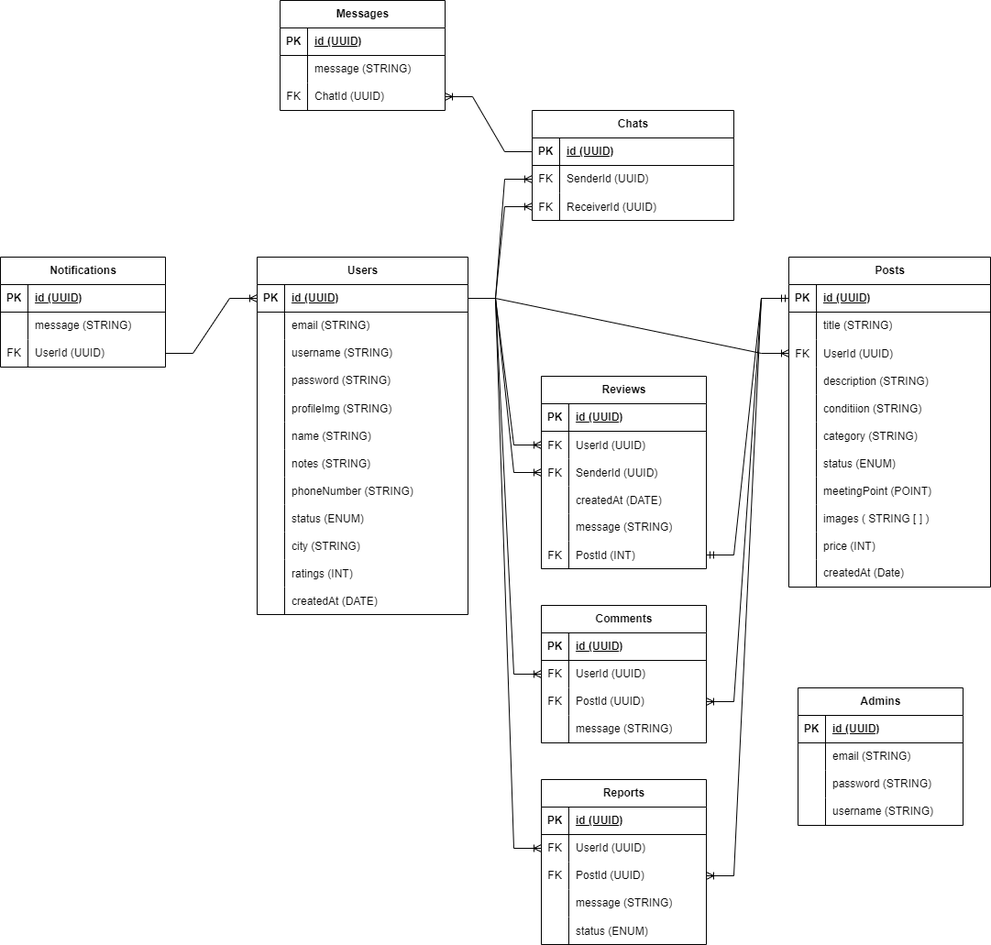
This is schema_erd.png from TukarMainan/server, a draw.io export, as it was before one commit. Source tidied: cells renumbered, new cells last; positions are measured from the earlier drawing's top-left corner, leaving out a move shared by most shapes.
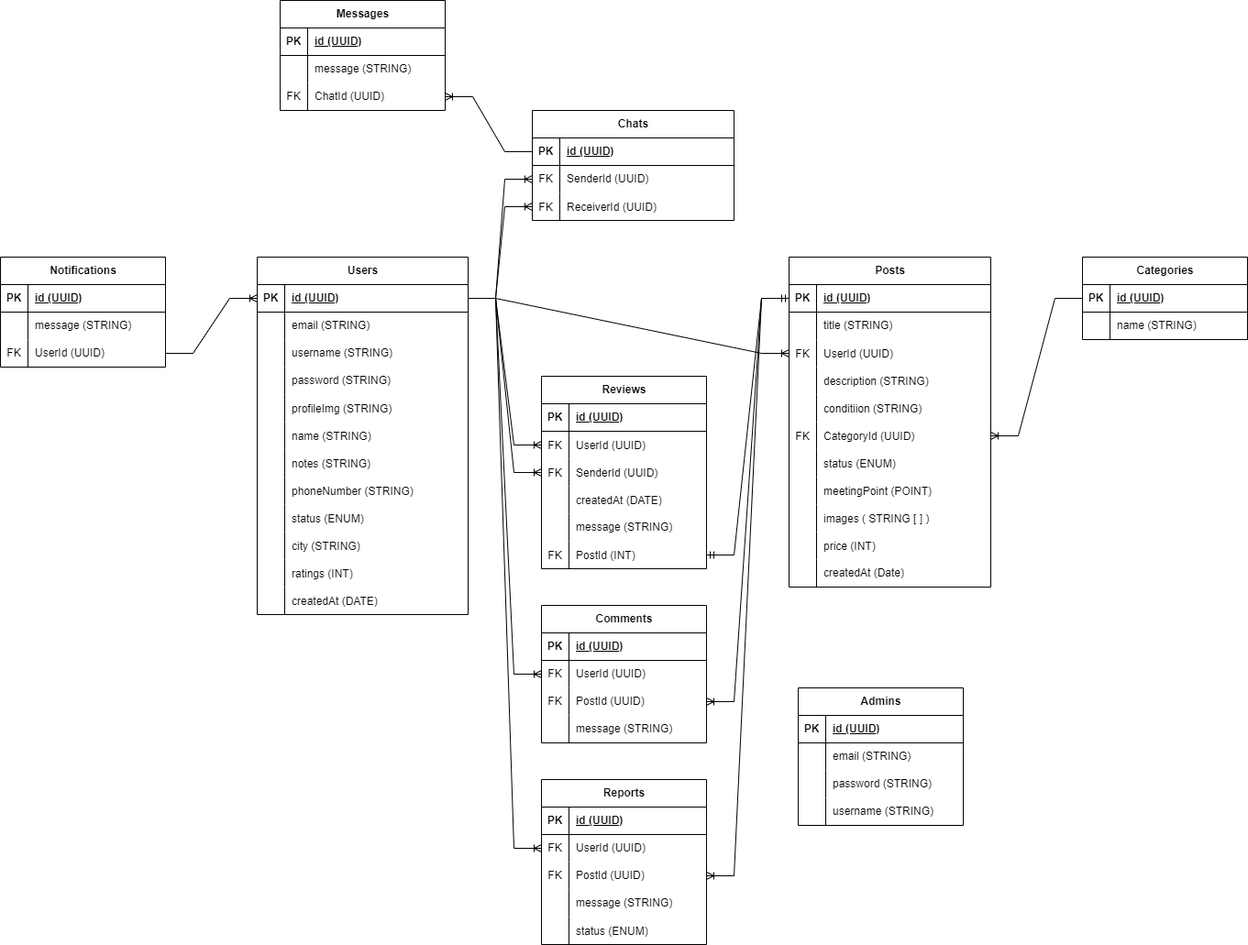
After the change.

Commit message:
refactor: update schema_erd

add table categories
add fk category id on table posts

The edit, as a diff of the source:
```diff
@@ -164,10 +164,10 @@
     <mxCell id="55" style="shape=tableRow;horizontal=0;startSize=0;swimlaneHead=0;swimlaneBody=0;fillColor=none;points=[[0,0.5],[1,0.5]];portConstraint=eastwest;top=0;left=0;right=0;bottom=0;" parent="39" vertex="1">
       <mxGeometry y="180" width="220" height="30" as="geometry" />
     </mxCell>
-    <mxCell id="56" style="shape=partialRectangle;fillColor=none;top=0;left=0;bottom=0;right=0;overflow=hidden;" parent="55" vertex="1">
+    <mxCell id="56" value="FK" style="shape=partialRectangle;fillColor=none;top=0;left=0;bottom=0;right=0;overflow=hidden;" parent="55" vertex="1">
       <mxGeometry width="30" height="30" as="geometry" />
     </mxCell>
-    <mxCell id="57" value="category (STRING)" style="shape=partialRectangle;fillColor=none;top=0;left=0;bottom=0;right=0;align=left;spacingLeft=6;overflow=hidden;" parent="55" vertex="1">
+    <mxCell id="57" value="CategoryId (UUID)" style="shape=partialRectangle;fillColor=none;top=0;left=0;bottom=0;right=0;align=left;spacingLeft=6;overflow=hidden;" parent="55" vertex="1">
       <mxGeometry x="30" width="190" height="30" as="geometry" />
     </mxCell>
     <mxCell id="58" style="shape=tableRow;horizontal=0;startSize=0;swimlaneHead=0;swimlaneBody=0;fillColor=none;top=0;left=0;right=0;bottom=0;" parent="39" vertex="1">
@@ -524,5 +524,29 @@
     <mxCell id="175" style="edgeStyle=entityRelationEdgeStyle;fontSize=12;html=1;endArrow=ERoneToMany;rounded=0;exitX=0;exitY=0.5;exitDx=0;exitDy=0;entryX=1;entryY=0.5;entryDx=0;entryDy=0;" parent="1" edge="1" source="121" target="172">
       <mxGeometry relative="1" as="geometry" />
     </mxCell>
+    <mxCell id="176" value="Categories" style="shape=table;startSize=30;rowLines=0;fontStyle=1;align=center;html=1;" parent="1" vertex="1">
+      <mxGeometry x="1180" y="280" width="180" height="90" as="geometry" />
+    </mxCell>
+    <mxCell id="177" style="shape=tableRow;horizontal=0;startSize=0;swimlaneHead=0;swimlaneBody=0;fillColor=none;points=[[0,0.5],[1,0.5]];portConstraint=eastwest;top=0;left=0;right=0;bottom=1;" parent="176" vertex="1">
+      <mxGeometry y="30" width="180" height="30" as="geometry" />
+    </mxCell>
+    <mxCell id="178" value="PK" style="shape=partialRectangle;fillColor=none;top=0;left=0;bottom=0;right=0;fontStyle=1;overflow=hidden;whiteSpace=wrap;html=1;" parent="177" vertex="1">
+      <mxGeometry width="30" height="30" as="geometry" />
+    </mxCell>
+    <mxCell id="179" value="id (UUID)" style="shape=partialRectangle;fillColor=none;top=0;left=0;bottom=0;right=0;align=left;spacingLeft=6;fontStyle=5;overflow=hidden;whiteSpace=wrap;html=1;" parent="177" vertex="1">
+      <mxGeometry x="30" width="150" height="30" as="geometry" />
+    </mxCell>
+    <mxCell id="180" style="shape=tableRow;horizontal=0;startSize=0;swimlaneHead=0;swimlaneBody=0;fillColor=none;top=0;left=0;right=0;bottom=0;" parent="176" vertex="1">
+      <mxGeometry y="60" width="180" height="30" as="geometry" />
+    </mxCell>
+    <mxCell id="181" style="shape=partialRectangle;fillColor=none;top=0;left=0;bottom=0;right=0;overflow=hidden;whiteSpace=wrap;html=1;" parent="180" vertex="1">
+      <mxGeometry width="30" height="30" as="geometry" />
+    </mxCell>
+    <mxCell id="182" value="name (STRING)" style="shape=partialRectangle;fillColor=none;top=0;left=0;bottom=0;right=0;align=left;spacingLeft=6;overflow=hidden;whiteSpace=wrap;html=1;" parent="180" vertex="1">
+      <mxGeometry x="30" width="150" height="30" as="geometry" />
+    </mxCell>
+    <mxCell id="183" style="edgeStyle=entityRelationEdgeStyle;fontSize=12;html=1;endArrow=ERoneToMany;rounded=0;exitX=0;exitY=0.5;exitDx=0;exitDy=0;entryX=1;entryY=0.5;entryDx=0;entryDy=0;" parent="1" edge="1" source="177" target="55">
+      <mxGeometry relative="1" as="geometry" />
+    </mxCell>
   </root>
 </mxGraphModel>
```
